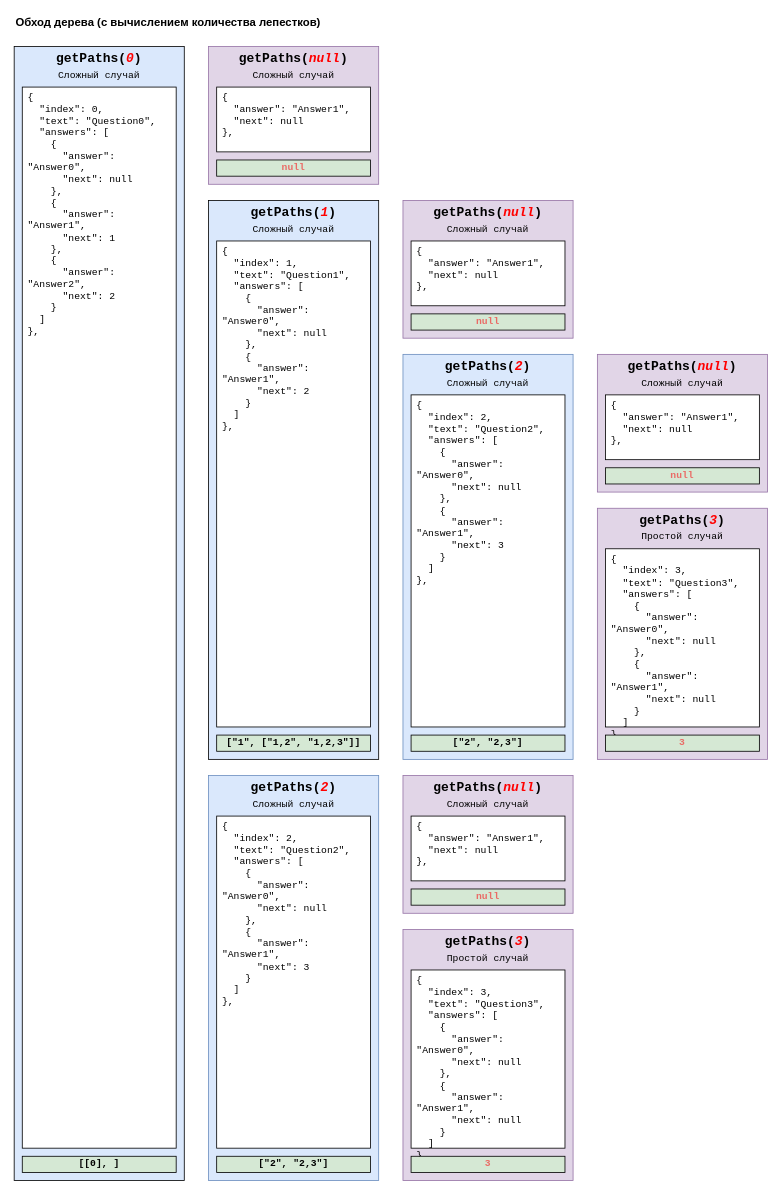
The draw.io diagram recursion/11array-next/graph.drawio in hisbvdis/js, before the edit. Source tidied: cells renumbered, new cells numbered last; positions are measured from the earlier drawing's top-left corner, leaving out a move shared by most shapes. Both pictures are drawn from the tidied source at 81%, with x=0, y=0 at pixel (14, 14).
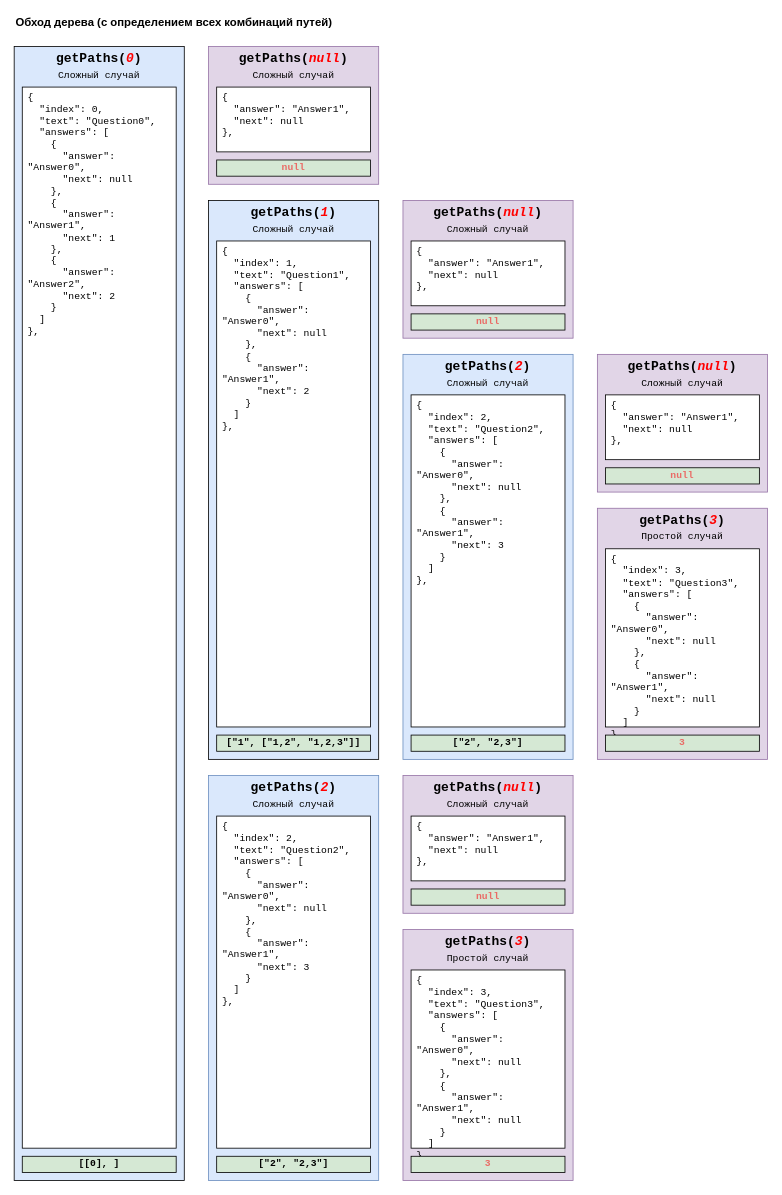
The same page after the edit.

Change to the diagram source:
```diff
@@
-    <mxCell id="2" value="Обход дерева (с вычислением количества лепестков)" style="text;html=1;align=left;verticalAlign=middle;strokeColor=none;fillColor=none;fontStyle=1;fontSize=14;" parent="1" vertex="1">
-      <mxGeometry width="390" height="20" as="geometry" />
+    <mxCell id="2" value="Обход дерева (с определением всех комбинаций путей)" style="text;html=1;align=left;verticalAlign=middle;strokeColor=none;fillColor=none;fontStyle=1;fontSize=14;" parent="1" vertex="1">
+      <mxGeometry width="410" height="20" as="geometry" />
     </mxCell>
```
